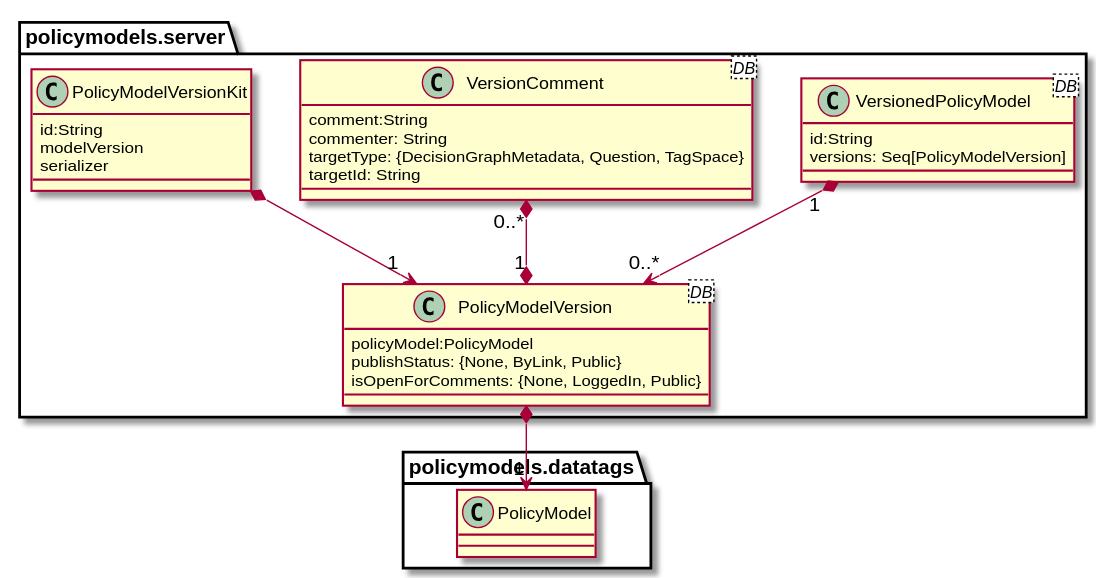
IQSS/DataTaggingServer keeps this PlantUML diagram as datatags-app/docs/classes.svg. Above is the earlier version.
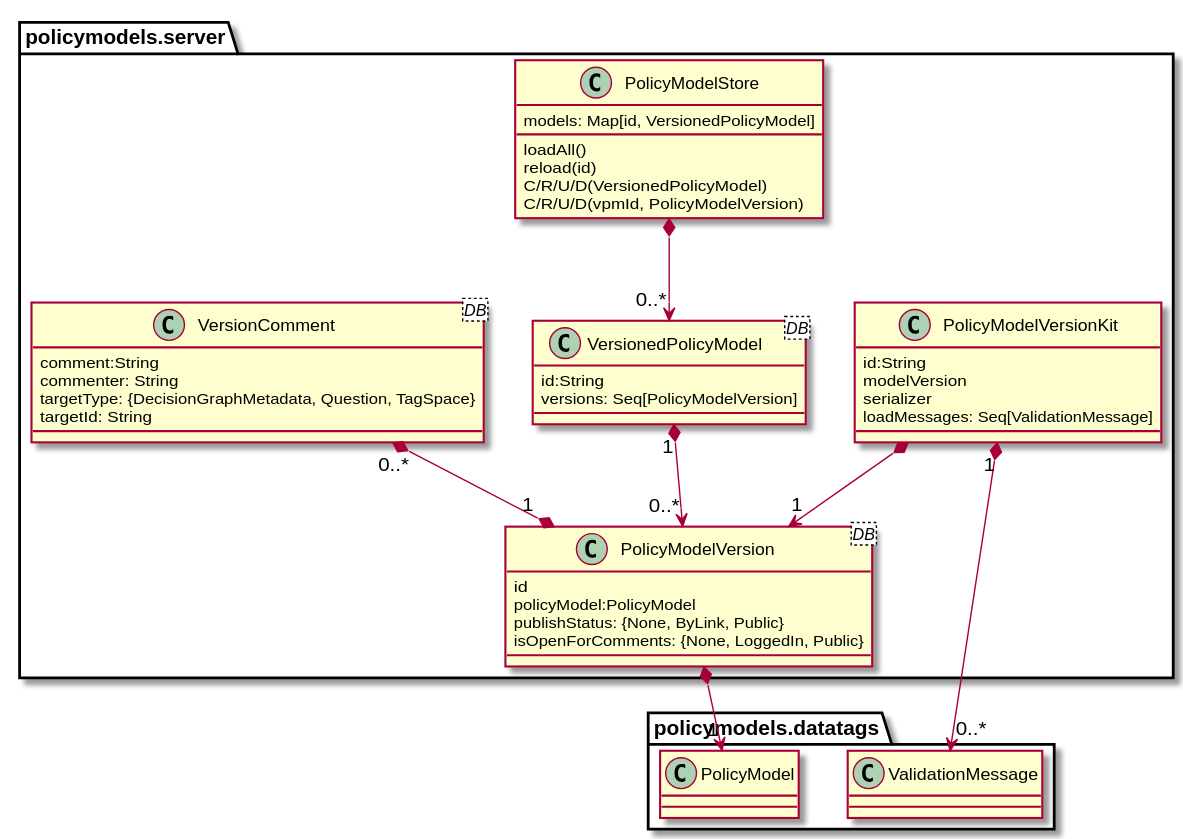
After the change.

What changed in the source:
```diff
@@ -1,12 +1,22 @@
 @startuml
 
 package policymodels.server {
+
+  class PolicyModelStore {
+    models: Map[id, VersionedPolicyModel]
+    loadAll()
+    reload(id)
+    C/R/U/D(VersionedPolicyModel)
+    C/R/U/D(vpmId, PolicyModelVersion)
+  }
+
   class VersionedPolicyModel <DB> {
     id:String
     versions: Seq[PolicyModelVersion]
   }
 
   class PolicyModelVersion <DB> {
+    id
     policyModel:PolicyModel
     publishStatus: {None, ByLink, Public}
     isOpenForComments: {None, LoggedIn, Public}
@@ -23,17 +33,21 @@
     id:String
     modelVersion
     serializer
+    loadMessages: Seq[ValidationMessage]
   }
 
   VersionedPolicyModel "1" *--> "0..*" PolicyModelVersion
   VersionComment "0..*" *--* "1" PolicyModelVersion
   PolicyModelVersionKit *--> "1" PolicyModelVersion
+  PolicyModelStore *--> "0..*" VersionedPolicyModel
 }
 
 package policymodels.datatags {
   class PolicyModel
+  class ValidationMessage
 }
 
 PolicyModelVersion  *--> "1" PolicyModel
+PolicyModelVersionKit "1" *--> "0..*" ValidationMessage
 
 @enduml
```
